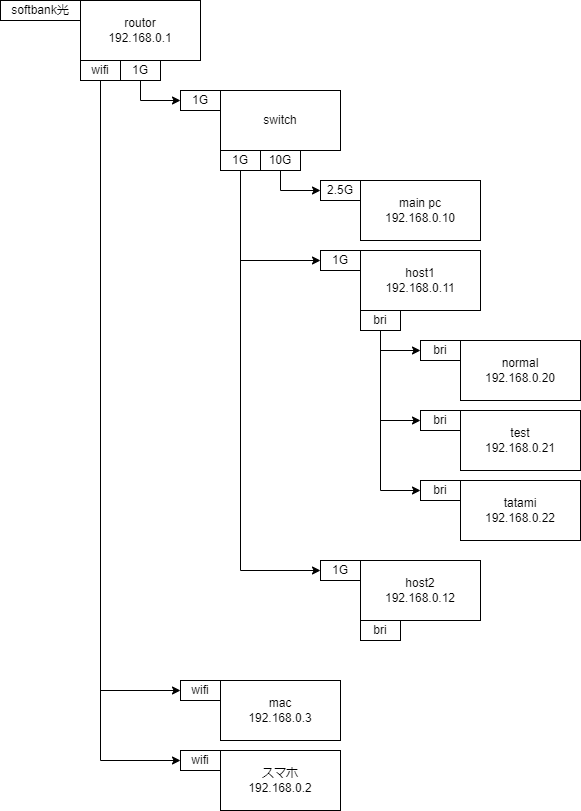
Before: config/ipConfig.png, a diagram exported from draw.io (kigawa01/kigawa01). Source tidied: cells renumbered, new cells last; positions are measured from the earlier drawing's top-left corner, leaving out a move shared by most shapes.
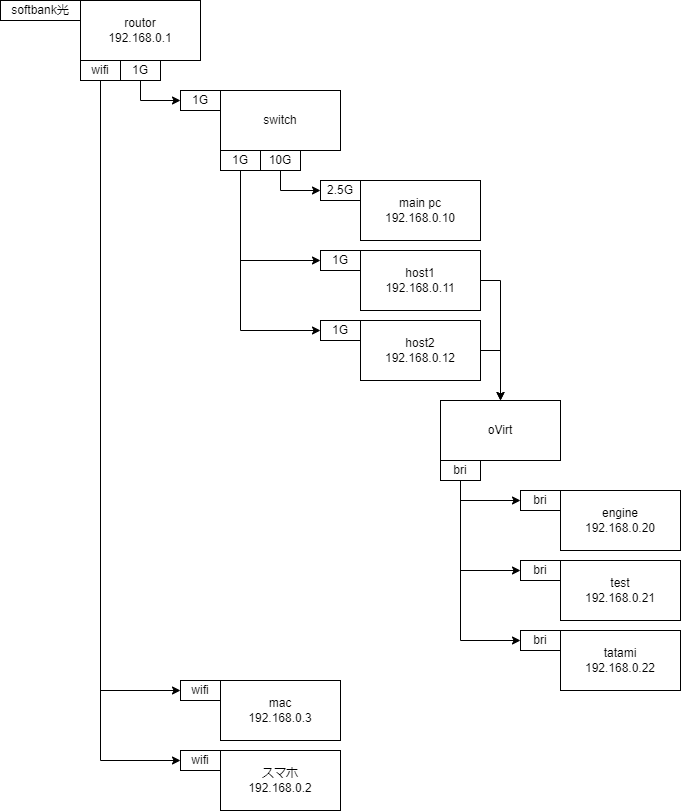
After the commit.

Change to the diagram source:
```diff
@@ -71,35 +71,8 @@
     <mxCell id="24" style="edgeStyle=orthogonalEdgeStyle;rounded=0;jettySize=auto;html=1;exitX=0.5;exitY=1;exitDx=0;exitDy=0;entryX=0;entryY=0.5;entryDx=0;entryDy=0;" parent="1" edge="1" source="5" target="23">
       <mxGeometry relative="1" as="geometry" />
     </mxCell>
-    <mxCell id="25" style="group;" parent="1" vertex="1">
-      <mxGeometry x="320" y="250" width="160" height="80" as="geometry" />
-    </mxCell>
-    <mxCell id="26" style="group;" parent="25" vertex="1">
-      <mxGeometry width="160" height="60" as="geometry" />
-    </mxCell>
-    <mxCell id="27" value="host1&lt;br&gt;192.168.0.11" style="rounded=0;whiteSpace=wrap;html=1;" parent="26" vertex="1">
-      <mxGeometry x="40" width="120" height="60" as="geometry" />
-    </mxCell>
-    <mxCell id="28" value="1G" style="rounded=0;whiteSpace=wrap;html=1;" parent="26" vertex="1">
-      <mxGeometry width="40" height="20" as="geometry" />
-    </mxCell>
-    <mxCell id="29" value="bri" style="rounded=0;whiteSpace=wrap;html=1;" parent="25" vertex="1">
-      <mxGeometry x="40" y="60" width="40" height="20" as="geometry" />
-    </mxCell>
-    <mxCell id="30" style="group;" parent="1" vertex="1">
-      <mxGeometry x="420" y="340" width="160" height="60" as="geometry" />
-    </mxCell>
-    <mxCell id="31" value="normal&lt;br&gt;192.168.0.20" style="rounded=0;whiteSpace=wrap;html=1;" parent="30" vertex="1">
-      <mxGeometry x="40" width="120" height="60" as="geometry" />
-    </mxCell>
-    <mxCell id="32" value="bri" style="rounded=0;whiteSpace=wrap;html=1;" parent="30" vertex="1">
-      <mxGeometry width="40" height="20" as="geometry" />
-    </mxCell>
-    <mxCell id="33" style="edgeStyle=orthogonalEdgeStyle;rounded=0;jettySize=auto;html=1;exitX=0.5;exitY=1;exitDx=0;exitDy=0;entryX=0;entryY=0.5;entryDx=0;entryDy=0;" parent="1" edge="1" source="29" target="32">
-      <mxGeometry relative="1" as="geometry" />
-    </mxCell>
     <mxCell id="34" style="group;" parent="1" vertex="1">
-      <mxGeometry x="420" y="410" width="160" height="60" as="geometry" />
+      <mxGeometry x="520" y="560" width="160" height="60" as="geometry" />
     </mxCell>
     <mxCell id="35" value="test&lt;br&gt;192.168.0.21" style="rounded=0;whiteSpace=wrap;html=1;" parent="34" vertex="1">
       <mxGeometry x="40" width="120" height="60" as="geometry" />
@@ -108,7 +81,7 @@
       <mxGeometry width="40" height="20" as="geometry" />
     </mxCell>
     <mxCell id="37" style="group;" parent="1" vertex="1">
-      <mxGeometry x="420" y="480" width="160" height="60" as="geometry" />
+      <mxGeometry x="520" y="630" width="160" height="60" as="geometry" />
     </mxCell>
     <mxCell id="38" value="tatami&lt;br&gt;192.168.0.22" style="rounded=0;whiteSpace=wrap;html=1;" parent="37" vertex="1">
       <mxGeometry x="40" width="120" height="60" as="geometry" />
@@ -116,32 +89,62 @@
     <mxCell id="39" value="bri" style="rounded=0;whiteSpace=wrap;html=1;" parent="37" vertex="1">
       <mxGeometry width="40" height="20" as="geometry" />
     </mxCell>
-    <mxCell id="40" style="edgeStyle=orthogonalEdgeStyle;rounded=0;jettySize=auto;html=1;exitX=0.5;exitY=1;exitDx=0;exitDy=0;entryX=0;entryY=0.5;entryDx=0;entryDy=0;" parent="1" edge="1" source="29" target="36">
-      <mxGeometry relative="1" as="geometry" />
-    </mxCell>
-    <mxCell id="41" style="edgeStyle=orthogonalEdgeStyle;rounded=0;jettySize=auto;html=1;exitX=0.5;exitY=1;exitDx=0;exitDy=0;entryX=0;entryY=0.5;entryDx=0;entryDy=0;" parent="1" edge="1" source="29" target="39">
-      <mxGeometry relative="1" as="geometry" />
-    </mxCell>
     <mxCell id="42" value="softbank光" style="rounded=0;whiteSpace=wrap;html=1;" parent="1" vertex="1">
       <mxGeometry width="80" height="20" as="geometry" />
     </mxCell>
-    <mxCell id="43" style="group;" parent="1" vertex="1">
-      <mxGeometry x="320" y="560" width="160" height="80" as="geometry" />
-    </mxCell>
-    <mxCell id="44" style="group;" parent="43" vertex="1">
-      <mxGeometry width="160" height="60" as="geometry" />
-    </mxCell>
+    <mxCell id="48" style="edgeStyle=orthogonalEdgeStyle;rounded=0;jettySize=auto;html=1;exitX=0.5;exitY=1;exitDx=0;exitDy=0;entryX=0;entryY=0.5;entryDx=0;entryDy=0;" parent="1" edge="1" source="9" target="46">
+      <mxGeometry relative="1" as="geometry" />
+    </mxCell>
+    <mxCell id="49" style="group;" parent="1" vertex="1">
+      <mxGeometry x="320" y="320" width="160" height="60" as="geometry" />
+    </mxCell>
-    <mxCell id="45" value="host2&lt;br&gt;192.168.0.12" style="rounded=0;whiteSpace=wrap;html=1;" parent="44" vertex="1">
+    <mxCell id="45" value="host2&lt;br&gt;192.168.0.12" style="rounded=0;whiteSpace=wrap;html=1;" parent="49" vertex="1">
       <mxGeometry x="40" width="120" height="60" as="geometry" />
     </mxCell>
-    <mxCell id="46" value="1G" style="rounded=0;whiteSpace=wrap;html=1;" parent="44" vertex="1">
+    <mxCell id="46" value="1G" style="rounded=0;whiteSpace=wrap;html=1;" parent="49" vertex="1">
       <mxGeometry width="40" height="20" as="geometry" />
     </mxCell>
-    <mxCell id="47" value="bri" style="rounded=0;whiteSpace=wrap;html=1;" parent="43" vertex="1">
-      <mxGeometry x="40" y="60" width="40" height="20" as="geometry" />
-    </mxCell>
-    <mxCell id="48" style="edgeStyle=orthogonalEdgeStyle;rounded=0;jettySize=auto;html=1;exitX=0.5;exitY=1;exitDx=0;exitDy=0;entryX=0;entryY=0.5;entryDx=0;entryDy=0;" parent="1" edge="1" source="9" target="46">
-      <mxGeometry relative="1" as="geometry" />
-    </mxCell>
+    <mxCell id="26" style="group;" parent="1" vertex="1">
+      <mxGeometry x="320" y="250" width="160" height="60" as="geometry" />
+    </mxCell>
+    <mxCell id="27" value="host1&lt;br&gt;192.168.0.11" style="rounded=0;whiteSpace=wrap;html=1;" parent="26" vertex="1">
+      <mxGeometry x="40" width="120" height="60" as="geometry" />
+    </mxCell>
+    <mxCell id="28" value="1G" style="rounded=0;whiteSpace=wrap;html=1;" parent="26" vertex="1">
+      <mxGeometry width="40" height="20" as="geometry" />
+    </mxCell>
+    <mxCell id="50" style="edgeStyle=orthogonalEdgeStyle;rounded=0;jettySize=auto;html=1;exitX=1;exitY=0.5;exitDx=0;exitDy=0;" parent="1" edge="1" source="27" target="53">
+      <mxGeometry relative="1" as="geometry" />
+    </mxCell>
+    <mxCell id="51" style="edgeStyle=orthogonalEdgeStyle;rounded=0;jettySize=auto;html=1;exitX=1;exitY=0.5;exitDx=0;exitDy=0;entryX=0.5;entryY=0;entryDx=0;entryDy=0;" parent="1" edge="1" source="45" target="53">
+      <mxGeometry relative="1" as="geometry" />
+    </mxCell>
+    <mxCell id="52" style="group;" parent="1" vertex="1">
+      <mxGeometry x="440" y="400" width="120" height="80" as="geometry" />
+    </mxCell>
+    <mxCell id="53" value="oVirt" style="rounded=0;whiteSpace=wrap;html=1;" parent="52" vertex="1">
+      <mxGeometry width="120" height="60" as="geometry" />
+    </mxCell>
+    <mxCell id="54" value="bri" style="rounded=0;whiteSpace=wrap;html=1;" parent="52" vertex="1">
+      <mxGeometry y="60" width="40" height="20" as="geometry" />
+    </mxCell>
+    <mxCell id="55" style="group;" parent="1" vertex="1">
+      <mxGeometry x="520" y="490" width="160" height="60" as="geometry" />
+    </mxCell>
+    <mxCell id="56" value="engine&lt;br&gt;192.168.0.20" style="rounded=0;whiteSpace=wrap;html=1;" parent="55" vertex="1">
+      <mxGeometry x="40" width="120" height="60" as="geometry" />
+    </mxCell>
+    <mxCell id="32" value="bri" style="rounded=0;whiteSpace=wrap;html=1;" parent="55" vertex="1">
+      <mxGeometry width="40" height="20" as="geometry" />
+    </mxCell>
+    <mxCell id="57" style="edgeStyle=orthogonalEdgeStyle;rounded=0;jettySize=auto;html=1;exitX=0.5;exitY=1;exitDx=0;exitDy=0;entryX=0;entryY=0.5;entryDx=0;entryDy=0;" parent="1" edge="1" source="54" target="32">
+      <mxGeometry relative="1" as="geometry" />
+    </mxCell>
+    <mxCell id="58" style="edgeStyle=orthogonalEdgeStyle;rounded=0;jettySize=auto;html=1;exitX=0.5;exitY=1;exitDx=0;exitDy=0;entryX=0;entryY=0.5;entryDx=0;entryDy=0;" parent="1" edge="1" source="54" target="36">
+      <mxGeometry relative="1" as="geometry" />
+    </mxCell>
+    <mxCell id="59" style="edgeStyle=orthogonalEdgeStyle;rounded=0;jettySize=auto;html=1;exitX=0.5;exitY=1;exitDx=0;exitDy=0;entryX=0;entryY=0.5;entryDx=0;entryDy=0;" parent="1" edge="1" source="54" target="39">
+      <mxGeometry relative="1" as="geometry" />
+    </mxCell>
   </root>
 </mxGraphModel>
```
